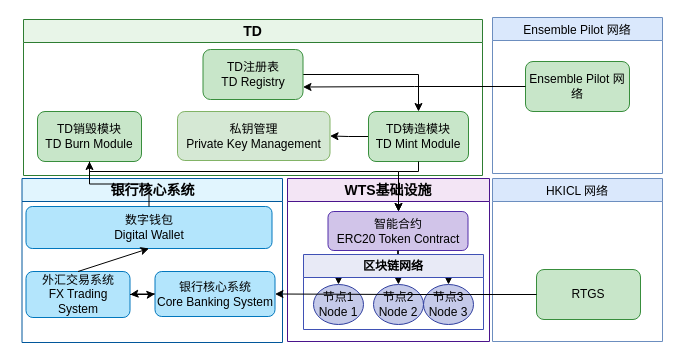
Above: Fx2.drawio in mingzhenliu/doc (draw.io), before the change. Source tidied: cells renumbered, new cells numbered last; positions are measured from the earlier drawing's top-left corner, leaving out a move shared by most shapes. Both pictures are drawn from the tidied source at 100%, with x=0, y=0 at pixel (21, 17).
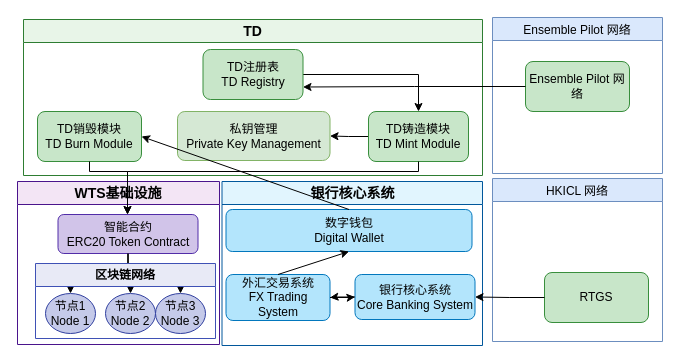
After the change.

The change refers to these unchanged cells:
```xml
<mxCell id="5" value="数字钱包&lt;br&gt;Digital Wallet" style="rounded=1;whiteSpace=wrap;html=1;fillColor=#b3e5fc;strokeColor=#0277bd;fontFamily=Arial;" parent="3" vertex="1">
  <mxGeometry x="4" y="28" width="246" height="42" as="geometry" />
</mxCell>
<mxCell id="11" value="智能合约&lt;br&gt;ERC20 Token Contract" style="rounded=1;whiteSpace=wrap;html=1;fillColor=#d1c4e9;strokeColor=#512da8;fontFamily=Arial;" parent="10" vertex="1">
  <mxGeometry x="40.5" y="33" width="140" height="39" as="geometry" />
</mxCell>
<mxCell id="14" value="TD铸造模块&lt;br&gt;TD Mint Module" style="rounded=1;whiteSpace=wrap;html=1;fillColor=#c8e6c9;strokeColor=#388e3c;fontFamily=Arial;" parent="12" vertex="1">
  <mxGeometry x="345" y="92" width="100" height="50" as="geometry" />
</mxCell>
<mxCell id="15" value="TD销毁模块&lt;br&gt;TD Burn Module" style="rounded=1;whiteSpace=wrap;html=1;fillColor=#c8e6c9;strokeColor=#388e3c;fontFamily=Arial;" parent="12" vertex="1">
  <mxGeometry x="14" y="92" width="104" height="50" as="geometry" />
</mxCell>
<mxCell id="29" value="&lt;span style=&quot;font-size: 12px; font-weight: 400;&quot;&gt;HKICL 网络&lt;/span&gt;" style="swimlane;whiteSpace=wrap;html=1;fillColor=#dae8fc;strokeColor=#6c8ebf;fontFamily=Arial;fontSize=14;fontStyle=1;" parent="1" vertex="1">
  <mxGeometry x="471" y="161" width="170" height="163" as="geometry" />
</mxCell>
```

What changed in the source:
```diff
@@
     <mxCell id="3" value="银行核心系统" style="swimlane;whiteSpace=wrap;html=1;fillColor=#e1f5fe;strokeColor=#01579b;fontFamily=Arial;fontSize=14;fontStyle=1;" parent="1" vertex="1">
-      <mxGeometry x="0.5" y="161" width="260.5" height="164" as="geometry" />
+      <mxGeometry x="200.5" y="164" width="260.5" height="164" as="geometry" />
     </mxCell>
@@
     <mxCell id="10" value="WTS基础设施" style="swimlane;whiteSpace=wrap;html=1;fillColor=#f3e5f5;strokeColor=#4a148c;fontFamily=Arial;fontSize=14;fontStyle=1;startSize=23;" parent="1" vertex="1">
-      <mxGeometry x="266" y="161" width="202" height="163" as="geometry" />
+      <mxGeometry x="-4" y="164" width="202" height="163" as="geometry" />
     </mxCell>
@@
     <mxCell id="21" value="区块链网络" style="swimlane;whiteSpace=wrap;html=1;fillColor=#e8eaf6;strokeColor=#3f51b5;fontFamily=Arial;" parent="1" vertex="1">
-      <mxGeometry x="282" y="237" width="180" height="75" as="geometry" />
+      <mxGeometry x="14" y="246" width="180" height="75" as="geometry" />
     </mxCell>
@@
-    <mxCell id="25" style="edgeStyle=orthogonalEdgeStyle;rounded=0;jettySize=auto;html=1;" parent="1" edge="1" source="5" target="15">
-      <mxGeometry relative="1" as="geometry" />
-    </mxCell>
@@
     <mxCell id="30" value="RTGS" style="rounded=1;whiteSpace=wrap;html=1;fillColor=#c8e6c9;strokeColor=#388e3c;fontFamily=Arial;" parent="29" vertex="1">
-      <mxGeometry x="44" y="91" width="104" height="50" as="geometry" />
+      <mxGeometry x="52" y="94" width="104" height="50" as="geometry" />
     </mxCell>
     <mxCell id="31" style="edgeStyle=orthogonalEdgeStyle;rounded=0;jettySize=auto;html=1;" parent="1" edge="1" source="14" target="11">
       <mxGeometry relative="1" as="geometry">
         <Array as="points">
           <mxPoint x="397" y="154" />
-          <mxPoint x="377" y="154" />
+          <mxPoint x="106" y="154" />
         </Array>
       </mxGeometry>
     </mxCell>
     <mxCell id="32" style="edgeStyle=orthogonalEdgeStyle;rounded=0;jettySize=auto;html=1;" parent="1" edge="1" source="15" target="11">
       <mxGeometry relative="1" as="geometry">
         <Array as="points">
           <mxPoint x="68" y="154" />
-          <mxPoint x="377" y="154" />
+          <mxPoint x="106" y="154" />
         </Array>
       </mxGeometry>
     </mxCell>
@@
+    <mxCell id="25" style="endArrow=classic;html=1;rounded=0;exitX=0.5;exitY=0;exitDx=0;exitDy=0;entryX=1;entryY=0.5;entryDx=0;entryDy=0;" parent="1" edge="1" source="5" target="15">
+      <mxGeometry relative="1" as="geometry" />
+    </mxCell>
```
